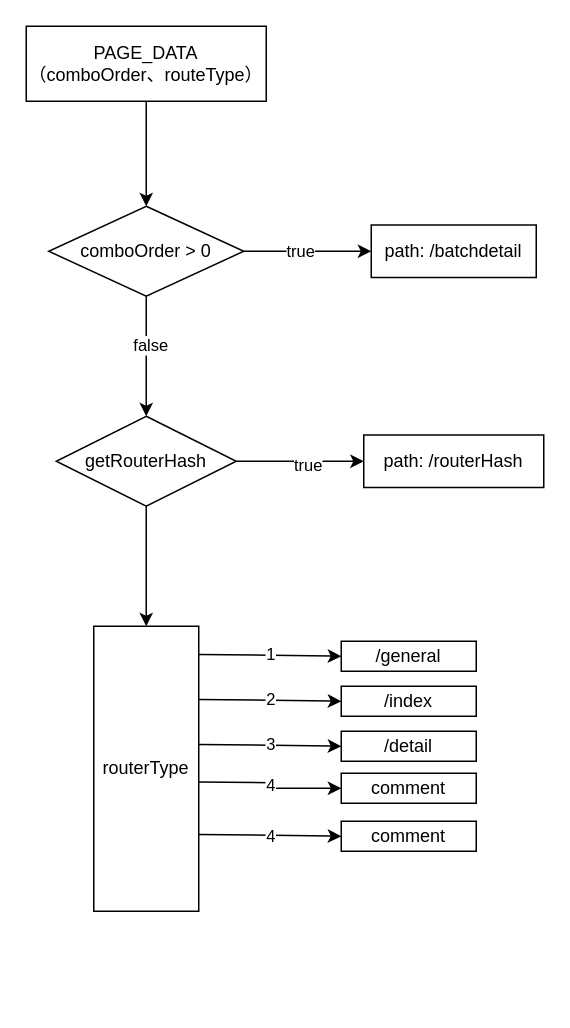
Earlier version of the draw.io diagram 逻辑.drawio (junyangfan/draw). Source tidied: cells renumbered, new cells numbered last; positions are measured from the earlier drawing's top-left corner, leaving out a move shared by most shapes. Both pictures are drawn from the tidied source at 150%, with x=0, y=0 at pixel (26, 26).
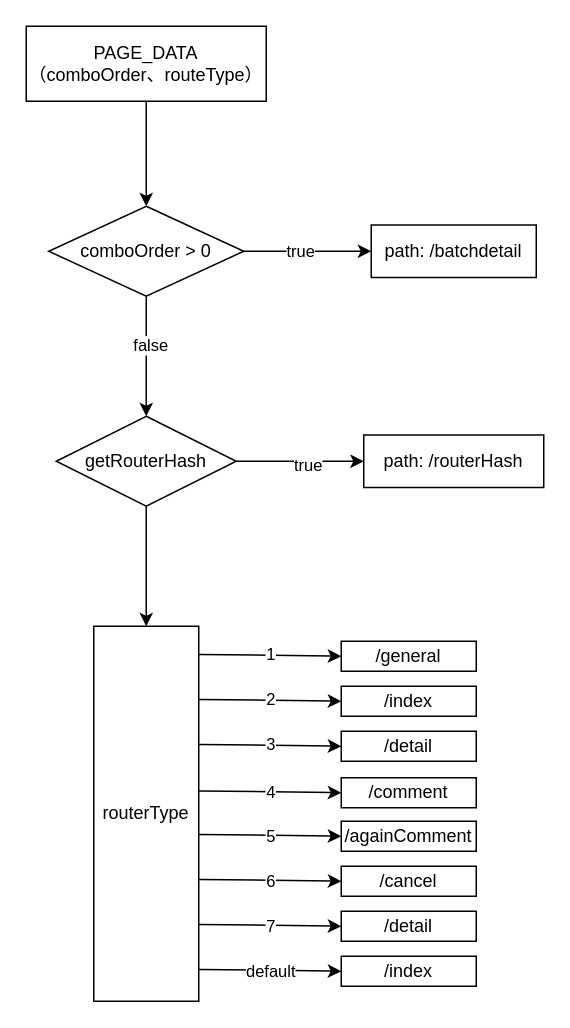
The same page after the edit.

The edit, as a diff of the source:
```diff
@@
     <mxCell id="17" value="routerType" style="whiteSpace=wrap;html=1;" parent="1" vertex="1">
-      <mxGeometry x="45" y="400" width="70" height="190" as="geometry" />
+      <mxGeometry x="45" y="400" width="70" height="250" as="geometry" />
     </mxCell>
@@
-    <mxCell id="22" value="comment" style="whiteSpace=wrap;html=1;" parent="1" vertex="1">
-      <mxGeometry x="210" y="498" width="90" height="20" as="geometry" />
+    <mxCell id="22" value="/comment" style="whiteSpace=wrap;html=1;" parent="1" vertex="1">
+      <mxGeometry x="210" y="501" width="90" height="20" as="geometry" />
     </mxCell>
     <mxCell id="23" value="4" style="edgeStyle=orthogonalEdgeStyle;rounded=0;jettySize=auto;html=1;" parent="1" edge="1" target="22">
       <mxGeometry x="0.02" relative="1" as="geometry">
-        <mxPoint x="115" y="503.8" as="sourcePoint" />
+        <mxPoint x="115" y="509.8" as="sourcePoint" />
       </mxGeometry>
     </mxCell>
-    <mxCell id="24" value="comment" style="whiteSpace=wrap;html=1;" parent="1" vertex="1">
+    <mxCell id="24" value="/againComment" style="whiteSpace=wrap;html=1;" parent="1" vertex="1">
       <mxGeometry x="210" y="530" width="90" height="20" as="geometry" />
     </mxCell>
-    <mxCell id="25" value="4" style="edgeStyle=orthogonalEdgeStyle;rounded=0;jettySize=auto;html=1;" parent="1" edge="1" target="24">
+    <mxCell id="25" value="5" style="edgeStyle=orthogonalEdgeStyle;rounded=0;jettySize=auto;html=1;" parent="1" edge="1" target="24">
       <mxGeometry x="0.02" relative="1" as="geometry">
         <mxPoint x="115" y="538.8" as="sourcePoint" />
       </mxGeometry>
     </mxCell>
+    <mxCell id="26" value="/cancel" style="whiteSpace=wrap;html=1;" parent="1" vertex="1">
+      <mxGeometry x="210" y="560" width="90" height="20" as="geometry" />
+    </mxCell>
+    <mxCell id="27" value="6" style="edgeStyle=orthogonalEdgeStyle;rounded=0;jettySize=auto;html=1;" parent="1" edge="1" target="26">
+      <mxGeometry x="0.02" relative="1" as="geometry">
+        <mxPoint x="115" y="568.8" as="sourcePoint" />
+      </mxGeometry>
+    </mxCell>
+    <mxCell id="28" value="/detail" style="whiteSpace=wrap;html=1;" parent="1" vertex="1">
+      <mxGeometry x="210" y="590" width="90" height="20" as="geometry" />
+    </mxCell>
+    <mxCell id="29" value="7" style="edgeStyle=orthogonalEdgeStyle;rounded=0;jettySize=auto;html=1;" parent="1" edge="1" target="28">
+      <mxGeometry x="0.02" relative="1" as="geometry">
+        <mxPoint x="115" y="598.8" as="sourcePoint" />
+      </mxGeometry>
+    </mxCell>
+    <mxCell id="30" value="/index" style="whiteSpace=wrap;html=1;" parent="1" vertex="1">
+      <mxGeometry x="210" y="620" width="90" height="20" as="geometry" />
+    </mxCell>
+    <mxCell id="31" value="default" style="edgeStyle=orthogonalEdgeStyle;rounded=0;jettySize=auto;html=1;" parent="1" edge="1" target="30">
+      <mxGeometry x="0.02" relative="1" as="geometry">
+        <mxPoint x="115" y="628.8" as="sourcePoint" />
+      </mxGeometry>
+    </mxCell>
```
